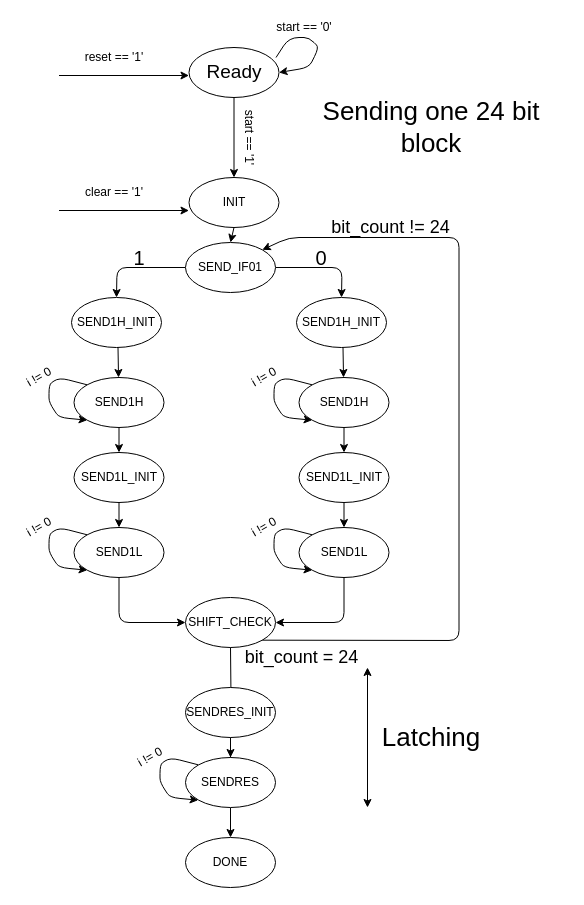
Before: docs/diagrams/allapotdiagram_final.drawio in andraspatka/ws2813_driver, a draw.io diagram. Source tidied: cells renumbered, new cells numbered last; positions are measured from the earlier drawing's top-left corner, leaving out a move shared by most shapes. Both pictures are drawn from the tidied source at 100%, with x=0, y=0 at pixel (19, 17).
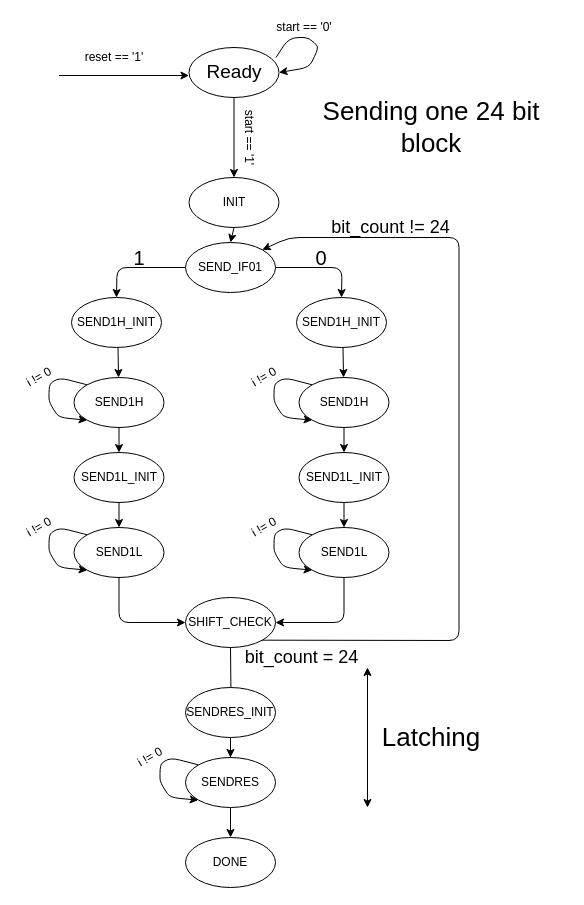
The same diagram, later.

The edit, as a diff of the source:
```diff
@@
-    <mxCell id="8" style="endArrow=classic;html=1;entryX=0;entryY=0.66;entryDx=0;entryDy=0;entryPerimeter=0;" parent="1" edge="1">
-      <mxGeometry relative="1" as="geometry">
-        <mxPoint x="39.5" y="193" as="sourcePoint" />
-        <mxPoint x="169.5" y="193" as="targetPoint" />
-      </mxGeometry>
-    </mxCell>
-    <mxCell id="9" value="clear == '1'" style="text;html=1;strokeColor=none;fillColor=none;align=center;verticalAlign=middle;whiteSpace=wrap;rounded=0;" parent="1" vertex="1">
-      <mxGeometry x="59.5" y="165" width="70" height="20" as="geometry" />
-    </mxCell>
```
